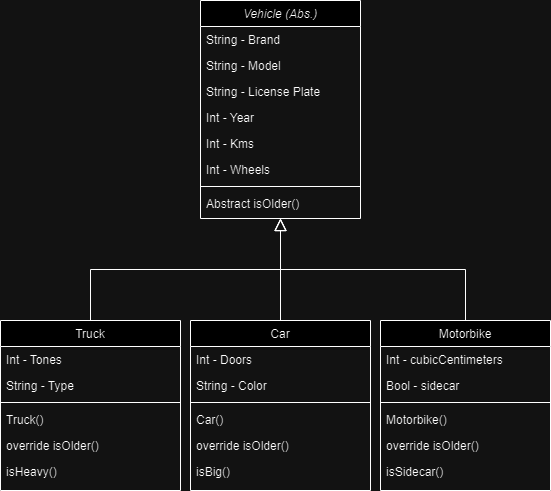
Above: VehiclesUML.png in Pol-Robledillo/Activitat-Vehicles-OOL (draw.io), before the change. Source tidied: cells renumbered, new cells last; positions are measured from the earlier drawing's top-left corner, leaving out a move shared by most shapes.
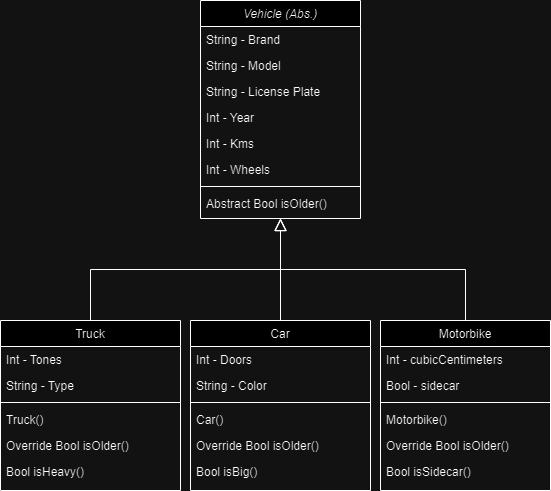
After the change.

The edit, as a diff of the source:
```diff
@@ -26,7 +26,7 @@
     <mxCell id="9" style="line;html=1;strokeWidth=1;align=left;verticalAlign=middle;spacingTop=-1;spacingLeft=3;spacingRight=3;labelPosition=right;" parent="2" vertex="1">
       <mxGeometry y="182" width="160" height="8" as="geometry" />
     </mxCell>
-    <mxCell id="10" value="Abstract isOlder()" style="text;align=left;verticalAlign=top;spacingLeft=4;spacingRight=4;overflow=hidden;" parent="2" vertex="1">
+    <mxCell id="10" value="Abstract Bool isOlder()" style="text;align=left;verticalAlign=top;spacingLeft=4;spacingRight=4;overflow=hidden;" parent="2" vertex="1">
       <mxGeometry y="190" width="160" height="26" as="geometry" />
     </mxCell>
     <mxCell id="11" value="Truck" style="swimlane;fontStyle=0;align=center;verticalAlign=top;horizontal=1;startSize=26;rounded=0;shadow=0;strokeWidth=1;" parent="1" vertex="1">
@@ -44,10 +44,10 @@
     <mxCell id="15" value="Truck()" style="text;align=left;verticalAlign=top;spacingLeft=4;spacingRight=4;overflow=hidden;" parent="11" vertex="1">
       <mxGeometry y="86" width="180" height="26" as="geometry" />
     </mxCell>
-    <mxCell id="16" value="override isOlder()" style="text;align=left;verticalAlign=top;spacingLeft=4;spacingRight=4;overflow=hidden;" parent="11" vertex="1">
+    <mxCell id="16" value="Override Bool isOlder()" style="text;align=left;verticalAlign=top;spacingLeft=4;spacingRight=4;overflow=hidden;" parent="11" vertex="1">
       <mxGeometry y="112" width="180" height="26" as="geometry" />
     </mxCell>
-    <mxCell id="17" value="isHeavy()" style="text;align=left;verticalAlign=top;spacingLeft=4;spacingRight=4;overflow=hidden;" parent="11" vertex="1">
+    <mxCell id="17" value="Bool isHeavy()" style="text;align=left;verticalAlign=top;spacingLeft=4;spacingRight=4;overflow=hidden;" parent="11" vertex="1">
       <mxGeometry y="138" width="180" height="26" as="geometry" />
     </mxCell>
     <mxCell id="18" style="endArrow=block;endSize=10;endFill=0;shadow=0;strokeWidth=1;rounded=0;edgeStyle=elbowEdgeStyle;elbow=vertical;" parent="1" edge="1" source="11" target="2">
@@ -68,10 +68,10 @@
     <mxCell id="23" value="Car()" style="text;align=left;verticalAlign=top;spacingLeft=4;spacingRight=4;overflow=hidden;" parent="19" vertex="1">
       <mxGeometry y="86" width="180" height="26" as="geometry" />
     </mxCell>
-    <mxCell id="24" value="override isOlder()" style="text;align=left;verticalAlign=top;spacingLeft=4;spacingRight=4;overflow=hidden;" parent="19" vertex="1">
+    <mxCell id="24" value="Override Bool isOlder()" style="text;align=left;verticalAlign=top;spacingLeft=4;spacingRight=4;overflow=hidden;" parent="19" vertex="1">
       <mxGeometry y="112" width="180" height="26" as="geometry" />
     </mxCell>
-    <mxCell id="25" value="isBig()" style="text;align=left;verticalAlign=top;spacingLeft=4;spacingRight=4;overflow=hidden;" parent="19" vertex="1">
+    <mxCell id="25" value="Bool isBig()" style="text;align=left;verticalAlign=top;spacingLeft=4;spacingRight=4;overflow=hidden;" parent="19" vertex="1">
       <mxGeometry y="138" width="180" height="26" as="geometry" />
     </mxCell>
     <mxCell id="26" value="Motorbike" style="swimlane;fontStyle=0;align=center;verticalAlign=top;horizontal=1;startSize=26;rounded=0;shadow=0;strokeWidth=1;" parent="1" vertex="1">
@@ -89,10 +89,10 @@
     <mxCell id="30" value="Motorbike()" style="text;align=left;verticalAlign=top;spacingLeft=4;spacingRight=4;overflow=hidden;" parent="26" vertex="1">
       <mxGeometry y="86" width="170" height="26" as="geometry" />
     </mxCell>
-    <mxCell id="31" value="override isOlder()" style="text;align=left;verticalAlign=top;spacingLeft=4;spacingRight=4;overflow=hidden;" parent="26" vertex="1">
+    <mxCell id="31" value="Override Bool isOlder()" style="text;align=left;verticalAlign=top;spacingLeft=4;spacingRight=4;overflow=hidden;" parent="26" vertex="1">
       <mxGeometry y="112" width="170" height="26" as="geometry" />
     </mxCell>
-    <mxCell id="32" value="isSidecar()" style="text;align=left;verticalAlign=top;spacingLeft=4;spacingRight=4;overflow=hidden;" parent="26" vertex="1">
+    <mxCell id="32" value="Bool isSidecar()" style="text;align=left;verticalAlign=top;spacingLeft=4;spacingRight=4;overflow=hidden;" parent="26" vertex="1">
       <mxGeometry y="138" width="170" height="26" as="geometry" />
     </mxCell>
     <mxCell id="33" style="endArrow=block;endSize=10;endFill=0;shadow=0;strokeWidth=1;rounded=0;edgeStyle=elbowEdgeStyle;elbow=vertical;exitX=0.5;exitY=0;exitDx=0;exitDy=0;" parent="1" edge="1" source="26" target="2">
```
